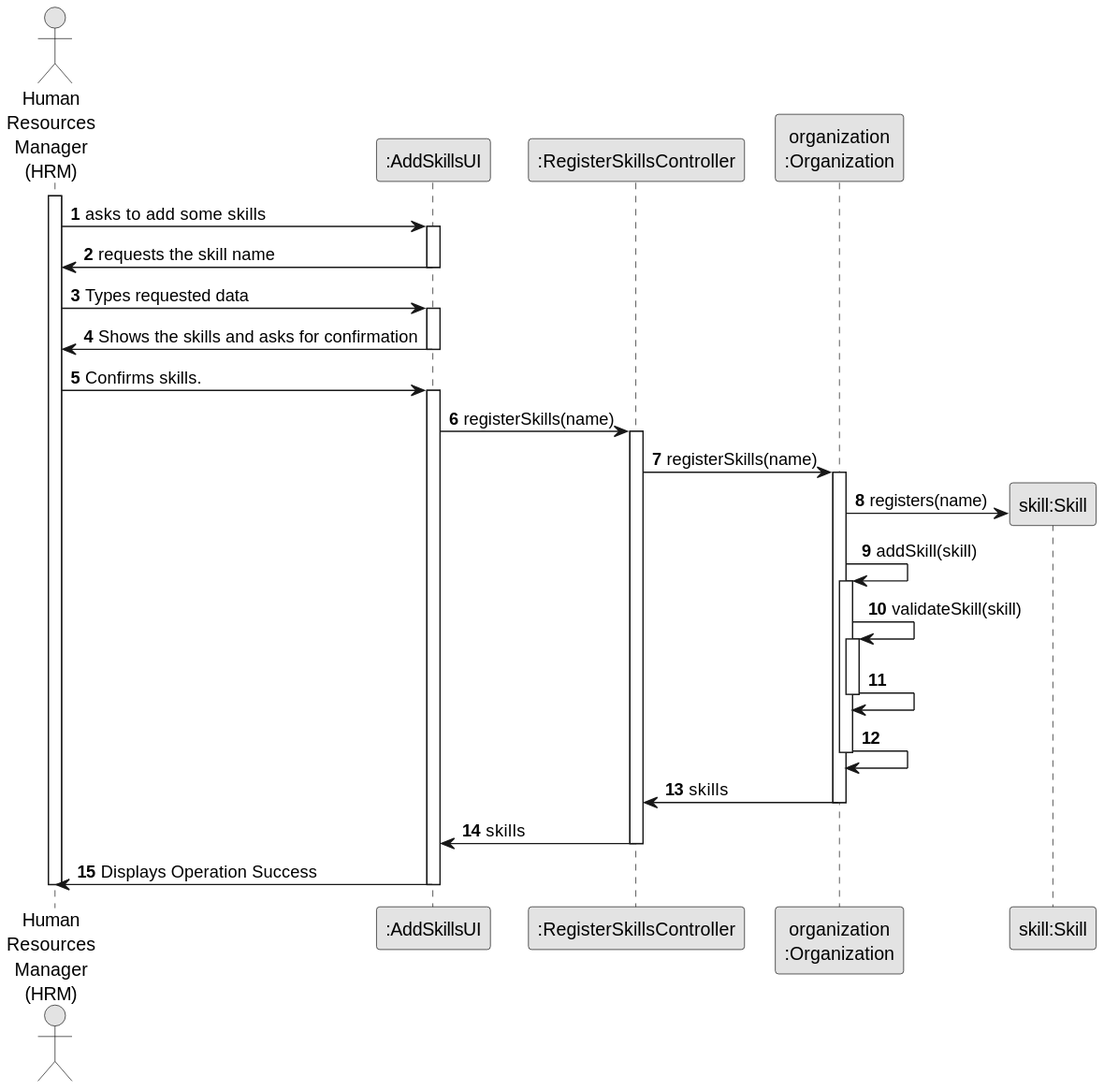
Before: docs/sprintB/us001/03.design/svg/us001-sequence-diagram-full.svg, a diagram exported from PlantUML (diogoveirospro/lei-24-s2-1dg-g072). The source it was exported from:
```plantuml
@startuml
skinparam monochrome true
skinparam packageStyle rectangle
skinparam shadowing false

autonumber

actor "Human\nResources\nManager\n(HRM)" as HRM
participant ":AddSkillsUI" as UI
participant ":RegisterSkillsController" as CTRL
participant "organization\n:Organization" as ORG
participant "skill:Skill" as SKILL
activate HRM


        HRM -> UI : asks to add some skills
        activate UI

                UI -> HRM : requests the skill name
        deactivate UI
        HRM -> UI: Types requested data
        activate UI

                UI -> HRM : Shows the skills and asks for confirmation
        deactivate UI
        HRM -> UI : Confirms skills.
        activate UI

                UI -> CTRL: registerSkills(name)
                activate CTRL

                        CTRL -> ORG: registerSkills(name)
                        activate ORG

                                ORG -> SKILL**: registers(name)
                                ORG -> ORG: addSkill(skill)
                                activate ORG
                                        ORG -> ORG: validateSkill(skill)
                                        activate ORG

                                                ORG -> ORG
                                        deactivate ORG

                                        ORG -> ORG
                                deactivate ORG

                                ORG -> CTRL: skills
                        deactivate ORG

                        CTRL -> UI: skills
                deactivate CTRL

                UI -> HRM: Displays Operation Success
        deactivate UI
deactivate HRM
@enduml
```
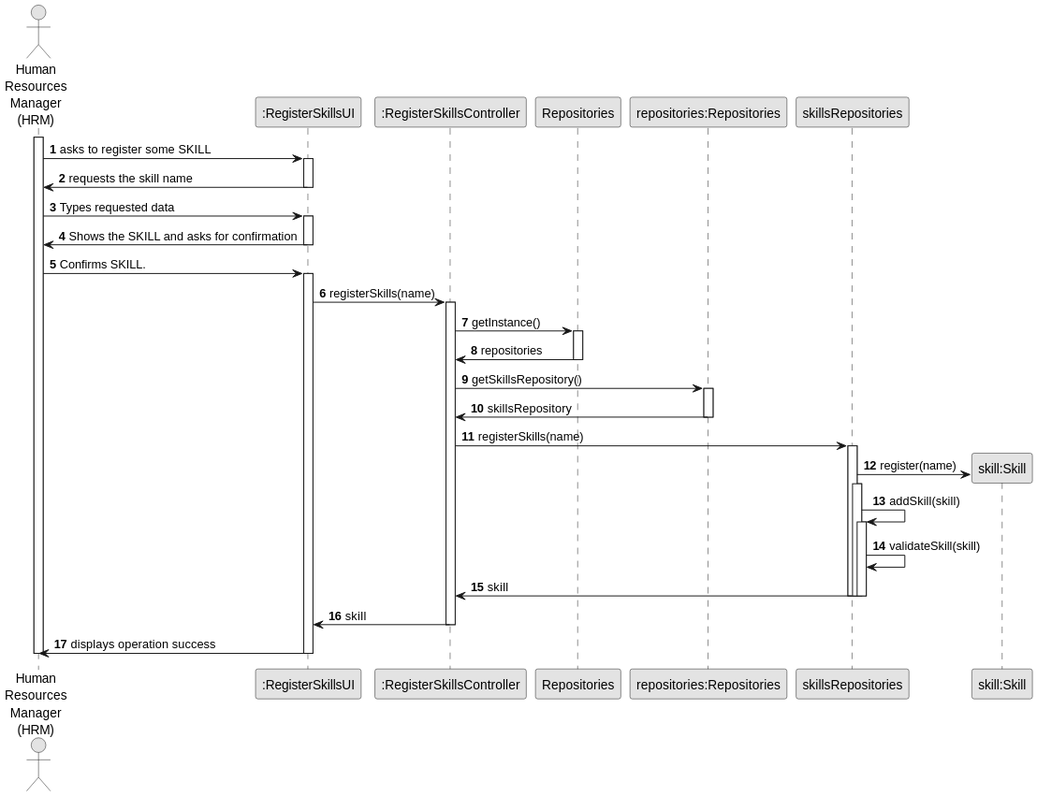
Above is the later version.

Diff of the diagram source:
```diff
@@ -6,14 +6,17 @@
 autonumber
 
 actor "Human\nResources\nManager\n(HRM)" as HRM
-participant ":AddSkillsUI" as UI
+participant ":RegisterSkillsUI" as UI
 participant ":RegisterSkillsController" as CTRL
-participant "organization\n:Organization" as ORG
+participant Repositories
+participant "repositories:Repositories" as REP
+participant "skillsRepositories" as SREP
 participant "skill:Skill" as SKILL
+
 activate HRM
 
 
-        HRM -> UI : asks to add some skills
+        HRM -> UI : asks to register some SKILL
         activate UI
 
                 UI -> HRM : requests the skill name
@@ -21,36 +24,50 @@
         HRM -> UI: Types requested data
         activate UI
 
-                UI -> HRM : Shows the skills and asks for confirmation
+                UI -> HRM : Shows the SKILL and asks for confirmation
         deactivate UI
-        HRM -> UI : Confirms skills.
+        HRM -> UI : Confirms SKILL.
         activate UI
 
                 UI -> CTRL: registerSkills(name)
+
                 activate CTRL
 
-                        CTRL -> ORG: registerSkills(name)
-                        activate ORG
+                        CTRL -> Repositories: getInstance()
 
-                                ORG -> SKILL**: registers(name)
-                                ORG -> ORG: addSkill(skill)
-                                activate ORG
-                                        ORG -> ORG: validateSkill(skill)
-                                        activate ORG
+                        activate Repositories
 
-                                                ORG -> ORG
-                                        deactivate ORG
+                                Repositories -> CTRL: repositories
+                        deactivate Repositories
 
-                                        ORG -> ORG
-                                deactivate ORG
+                        CTRL -> REP: getSkillsRepository()
+                        activate REP
 
-                                ORG -> CTRL: skills
-                        deactivate ORG
+                                REP -> CTRL: skillsRepository
+                        deactivate REP
+                        CTRL -> SREP: registerSkills(name)
+                        activate SREP
 
-                        CTRL -> UI: skills
+                                SREP -> SKILL**: register(name)
+                                activate SREP
+
+                                SREP -> SREP: addSkill(skill)
+                                        activate SREP
+                                        SREP -> SREP: validateSkill(skill)
+
+
+
+
+
+                                SREP -> CTRL: skill
+                                        deactivate SREP
+                                deactivate SREP
+                        deactivate SREP
+
+                        CTRL -> UI: skill
                 deactivate CTRL
 
-                UI -> HRM: Displays Operation Success
+                UI -> HRM: displays operation success
         deactivate UI
 deactivate HRM
 @enduml
```
